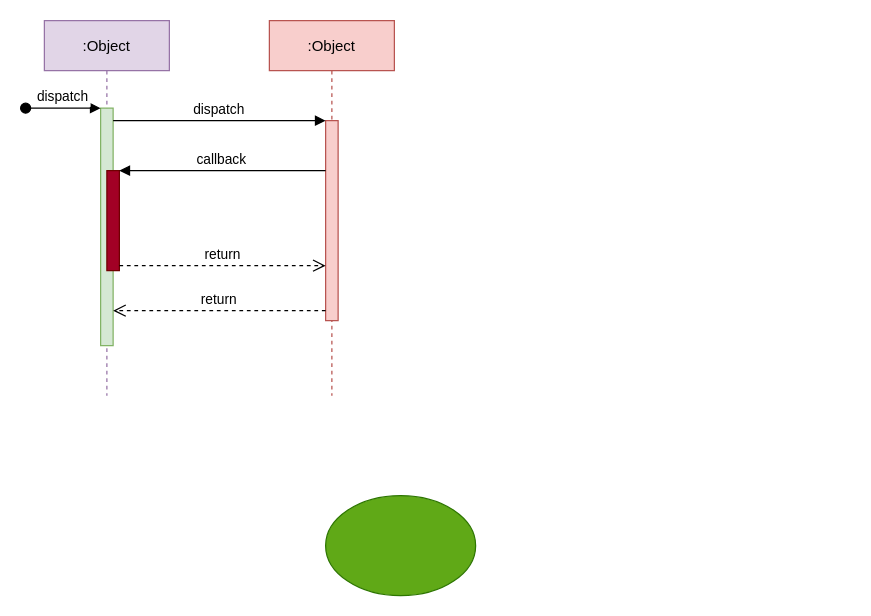
Above: src/deep1 Diagram.drawio in deepgit/jhipsterSampleApplication (draw.io), before the change. Source tidied: cells renumbered, new cells numbered last; positions are measured from the earlier drawing's top-left corner, leaving out a move shared by most shapes. Both pictures are drawn from the tidied source at 125%, with x=0, y=0 at pixel (25, 20).
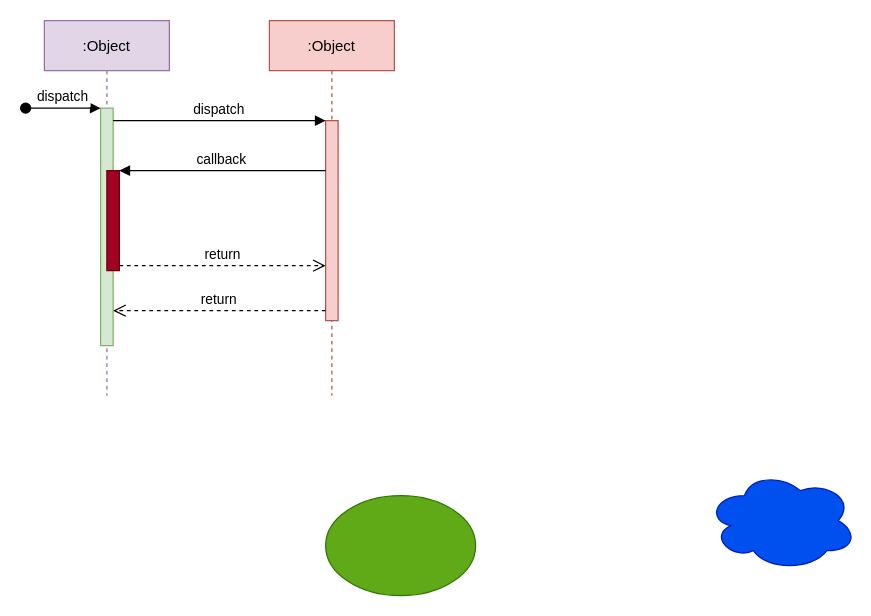
Above is the later version.

Change to the diagram source:
```diff
@@
 <mxGraphModel>
   <root>
     <mxCell id="0" />
     <mxCell id="1" parent="0" />
     <mxCell id="2" value=":Object" style="shape=umlLifeline;perimeter=lifelinePerimeter;rounded=0;shadow=0;strokeWidth=1;fillColor=#e1d5e7;strokeColor=#9673a6;" parent="1" vertex="1">
       <mxGeometry x="15" width="100" height="300" as="geometry" />
     </mxCell>
     <mxCell id="3" style="points=[];perimeter=orthogonalPerimeter;rounded=0;shadow=0;strokeWidth=1;fillColor=#d5e8d4;strokeColor=#82b366;" parent="2" vertex="1">
       <mxGeometry x="45" y="70" width="10" height="190" as="geometry" />
     </mxCell>
     <mxCell id="4" value="dispatch" style="verticalAlign=bottom;startArrow=oval;endArrow=block;startSize=8;shadow=0;strokeWidth=1;" parent="2" edge="1" target="3">
       <mxGeometry relative="1" as="geometry">
         <mxPoint x="-15" y="70" as="sourcePoint" />
       </mxGeometry>
     </mxCell>
     <mxCell id="5" style="points=[];perimeter=orthogonalPerimeter;rounded=0;shadow=0;strokeWidth=1;fillColor=#a20025;strokeColor=#6F0000;fontColor=#ffffff;" parent="2" vertex="1">
       <mxGeometry x="50" y="120" width="10" height="80" as="geometry" />
     </mxCell>
     <mxCell id="6" value=":Object" style="shape=umlLifeline;perimeter=lifelinePerimeter;rounded=0;shadow=0;strokeWidth=1;fillColor=#f8cecc;strokeColor=#b85450;" parent="1" vertex="1">
       <mxGeometry x="195" width="100" height="300" as="geometry" />
     </mxCell>
     <mxCell id="7" style="points=[];perimeter=orthogonalPerimeter;rounded=0;shadow=0;strokeWidth=1;fillColor=#f8cecc;strokeColor=#b85450;" parent="6" vertex="1">
       <mxGeometry x="45" y="80" width="10" height="160" as="geometry" />
     </mxCell>
     <mxCell id="8" value="return" style="verticalAlign=bottom;endArrow=open;dashed=1;endSize=8;exitX=0;exitY=0.95;shadow=0;strokeWidth=1;" parent="1" edge="1" source="7" target="3">
       <mxGeometry relative="1" as="geometry" />
     </mxCell>
     <mxCell id="9" value="dispatch" style="verticalAlign=bottom;endArrow=block;entryX=0;entryY=0;shadow=0;strokeWidth=1;" parent="1" edge="1" source="3" target="7">
       <mxGeometry relative="1" as="geometry" />
     </mxCell>
     <mxCell id="10" value="callback" style="verticalAlign=bottom;endArrow=block;entryX=1;entryY=0;shadow=0;strokeWidth=1;" parent="1" edge="1" source="7" target="5">
       <mxGeometry relative="1" as="geometry" />
     </mxCell>
     <mxCell id="11" value="return" style="verticalAlign=bottom;endArrow=open;dashed=1;endSize=8;exitX=1;exitY=0.95;shadow=0;strokeWidth=1;" parent="1" edge="1" source="5" target="7">
       <mxGeometry relative="1" as="geometry" />
     </mxCell>
     <mxCell id="12" style="ellipse;whiteSpace=wrap;html=1;fillColor=#60a917;strokeColor=#2D7600;fontColor=#ffffff;" parent="1" vertex="1">
       <mxGeometry x="240" y="380" width="120" height="80" as="geometry" />
     </mxCell>
+    <mxCell id="13" style="ellipse;shape=cloud;whiteSpace=wrap;html=1;fillColor=#0050ef;strokeColor=#001DBC;fontColor=#ffffff;" parent="1" vertex="1">
+      <mxGeometry x="545" y="360" width="120" height="80" as="geometry" />
+    </mxCell>
   </root>
 </mxGraphModel>
```
